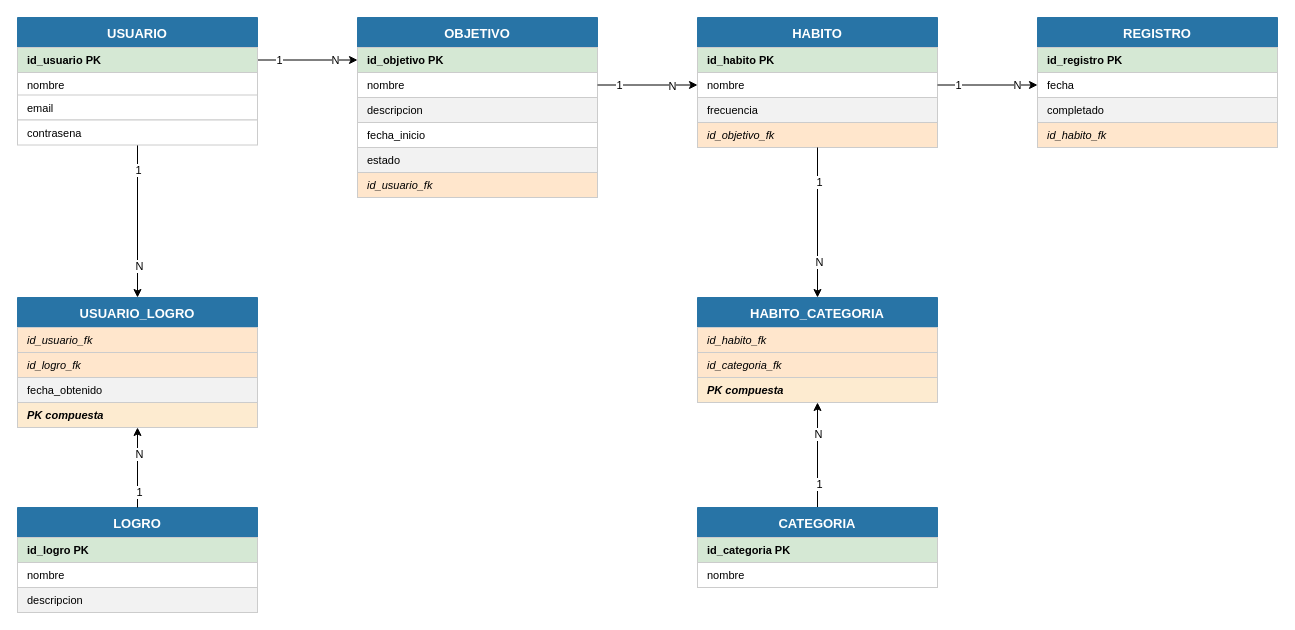
tordan21/EvolUp keeps this draw.io diagram as docs/diagrams/Modelo relacional EvolUp.drawio. Above is the earlier version. Source tidied: cells renumbered, new cells numbered last; positions are measured from the earlier drawing's top-left corner, leaving out a move shared by most shapes. Both pictures are drawn from the tidied source at 100%, with x=0, y=0 at pixel (17, 17).
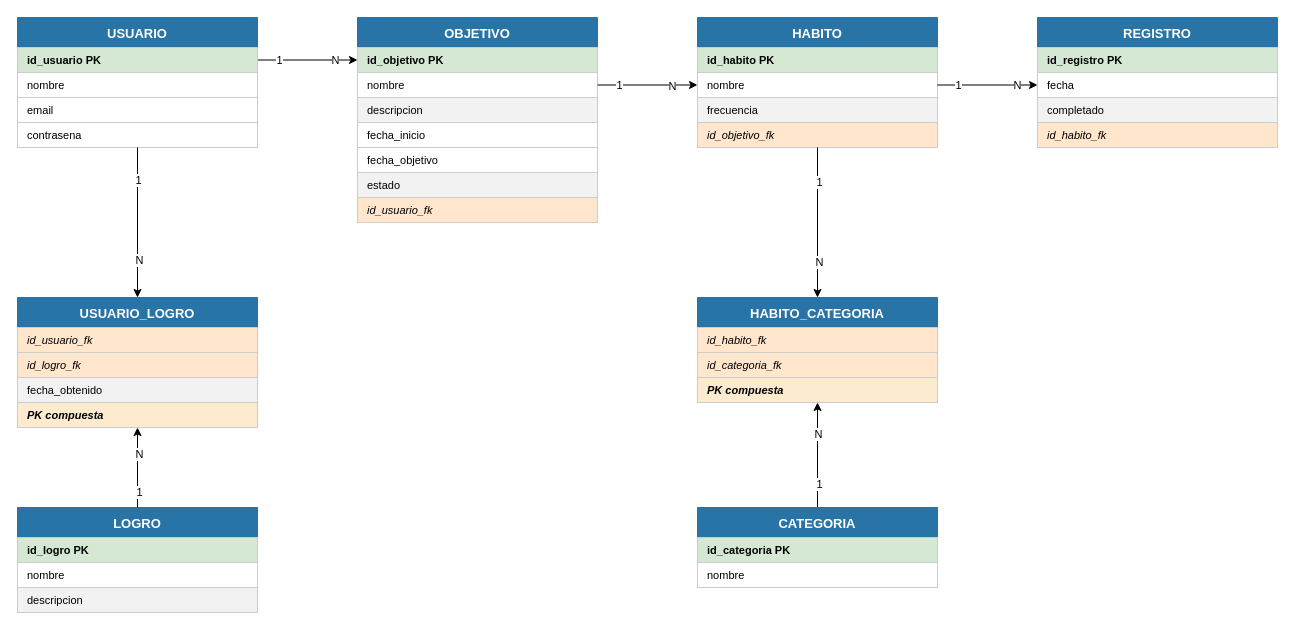
After the change.

Commit message (it also covers changes not shown here):
Feat: añadir fecha_objetivo a la entidad Objetivo

The change refers to these unchanged cells:
```xml
<mxCell id="25" value="USUARIO_LOGRO" style="swimlane;fontStyle=1;fontSize=13;fillColor=#2874A6;fontColor=#ffffff;strokeColor=#2874A6;startSize=30;" parent="1" vertex="1">
  <mxGeometry y="280" width="240" height="130" as="geometry" />
</mxCell>
```

Diff of the diagram source:
```diff
@@
     <mxCell id="5" value="USUARIO" style="swimlane;fontStyle=1;fontSize=13;fillColor=#2874A6;fontColor=#ffffff;strokeColor=#2874A6;startSize=30;" parent="1" vertex="1">
-      <mxGeometry width="240" height="80" as="geometry" />
+      <mxGeometry width="240" height="130" as="geometry" />
     </mxCell>
@@
+    <mxCell id="60" value="contrasena" style="text;strokeColor=#cccccc;fillColor=#ffffff;align=left;verticalAlign=middle;spacingLeft=8;fontSize=11;fontColor=#000000;" parent="5" vertex="1">
+      <mxGeometry y="105" width="240" height="25" as="geometry" />
+    </mxCell>
+    <mxCell id="56" value="email" style="text;strokeColor=#cccccc;fillColor=#ffffff;align=left;verticalAlign=middle;spacingLeft=8;fontSize=11;fontColor=#000000;" parent="5" vertex="1">
+      <mxGeometry y="80" width="240" height="25" as="geometry" />
+    </mxCell>
     <mxCell id="8" value="OBJETIVO" style="swimlane;fontStyle=1;fontSize=13;fillColor=#2874A6;fontColor=#ffffff;strokeColor=#2874A6;startSize=30;" parent="1" vertex="1">
-      <mxGeometry x="340" width="240" height="180" as="geometry" />
+      <mxGeometry x="340" width="240" height="205" as="geometry" />
     </mxCell>
@@
+    <mxCell id="61" value="fecha_objetivo" style="text;strokeColor=#cccccc;fillColor=#ffffff;align=left;verticalAlign=middle;spacingLeft=8;fontSize=11;fontColor=#000000;" parent="8" vertex="1">
+      <mxGeometry y="130" width="240" height="25" as="geometry" />
+    </mxCell>
     <mxCell id="13" value="estado" style="text;strokeColor=#cccccc;fillColor=#F2F2F2;align=left;verticalAlign=middle;spacingLeft=8;fontSize=11;fontColor=#000000;" parent="8" vertex="1">
-      <mxGeometry y="130" width="240" height="25" as="geometry" />
+      <mxGeometry y="155" width="240" height="25" as="geometry" />
     </mxCell>
     <mxCell id="14" value="id_usuario_fk" style="text;strokeColor=#cccccc;fillColor=#FFE6CC;align=left;verticalAlign=middle;spacingLeft=8;fontSize=11;fontStyle=2;fontColor=#000000;" parent="8" vertex="1">
-      <mxGeometry y="155" width="240" height="25" as="geometry" />
+      <mxGeometry y="180" width="240" height="25" as="geometry" />
     </mxCell>
@@
-    <mxCell id="56" value="email" style="text;strokeColor=#cccccc;fillColor=#ffffff;align=left;verticalAlign=middle;spacingLeft=8;fontSize=11;fontColor=#000000;" parent="1" vertex="1">
-      <mxGeometry y="77.5" width="240" height="25" as="geometry" />
-    </mxCell>
-    <mxCell id="57" style="edgeStyle=orthogonalEdgeStyle;rounded=0;jettySize=auto;html=1;entryX=0.5;entryY=0;entryDx=0;entryDy=0;" parent="1" edge="1" source="60" target="25">
+    <mxCell id="57" style="edgeStyle=orthogonalEdgeStyle;rounded=0;jettySize=auto;html=1;" parent="1" edge="1" source="60" target="25">
       <mxGeometry relative="1" as="geometry" />
     </mxCell>
     <mxCell id="58" value="1" style="edgeLabel;html=1;align=center;verticalAlign=middle;" parent="57" vertex="1">
-      <mxGeometry x="-0.68" relative="1" as="geometry">
-        <mxPoint y="1" as="offset" />
-      </mxGeometry>
+      <mxGeometry x="-0.57" relative="1" as="geometry" />
     </mxCell>
     <mxCell id="59" value="N" style="edgeLabel;html=1;align=center;verticalAlign=middle;" parent="57" vertex="1">
-      <mxGeometry x="0.58" y="1" relative="1" as="geometry">
-        <mxPoint y="1" as="offset" />
-      </mxGeometry>
+      <mxGeometry x="0.49" y="1" relative="1" as="geometry" />
     </mxCell>
-    <mxCell id="60" value="contrasena" style="text;strokeColor=#cccccc;fillColor=#ffffff;align=left;verticalAlign=middle;spacingLeft=8;fontSize=11;fontColor=#000000;" parent="1" vertex="1">
-      <mxGeometry y="102.5" width="240" height="25" as="geometry" />
-    </mxCell>
```
